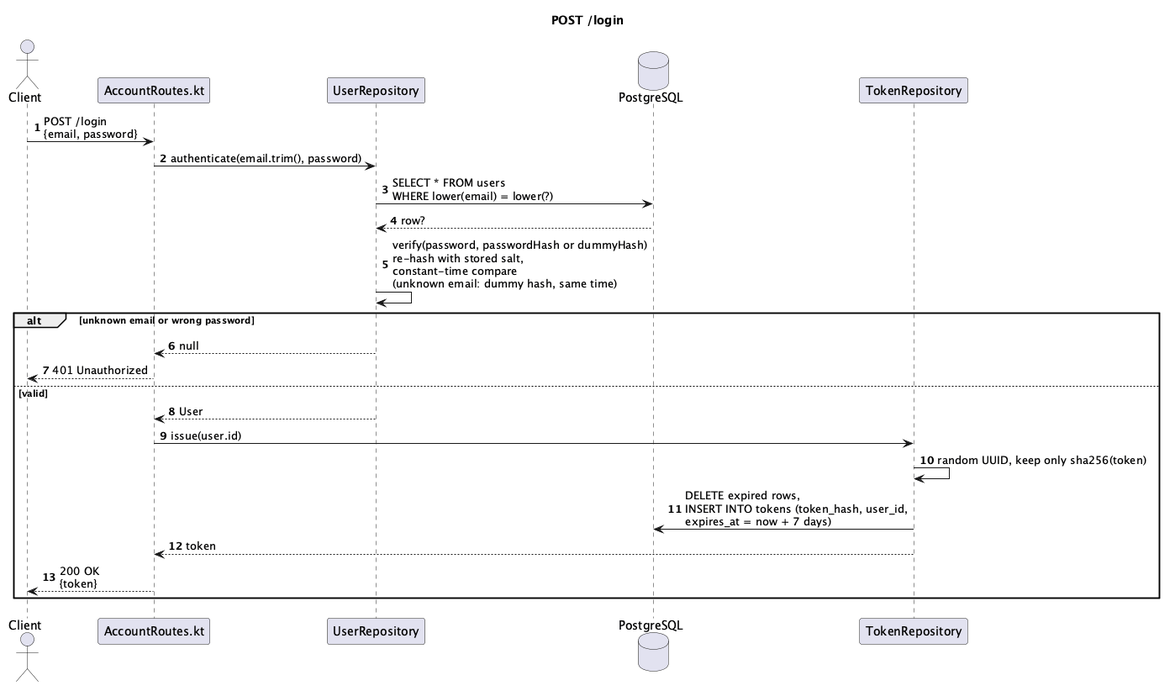
The PlantUML diagram docs/diagrams/sequence-login.png in Rent-a-car-38291/rent-a-car, before a commit.
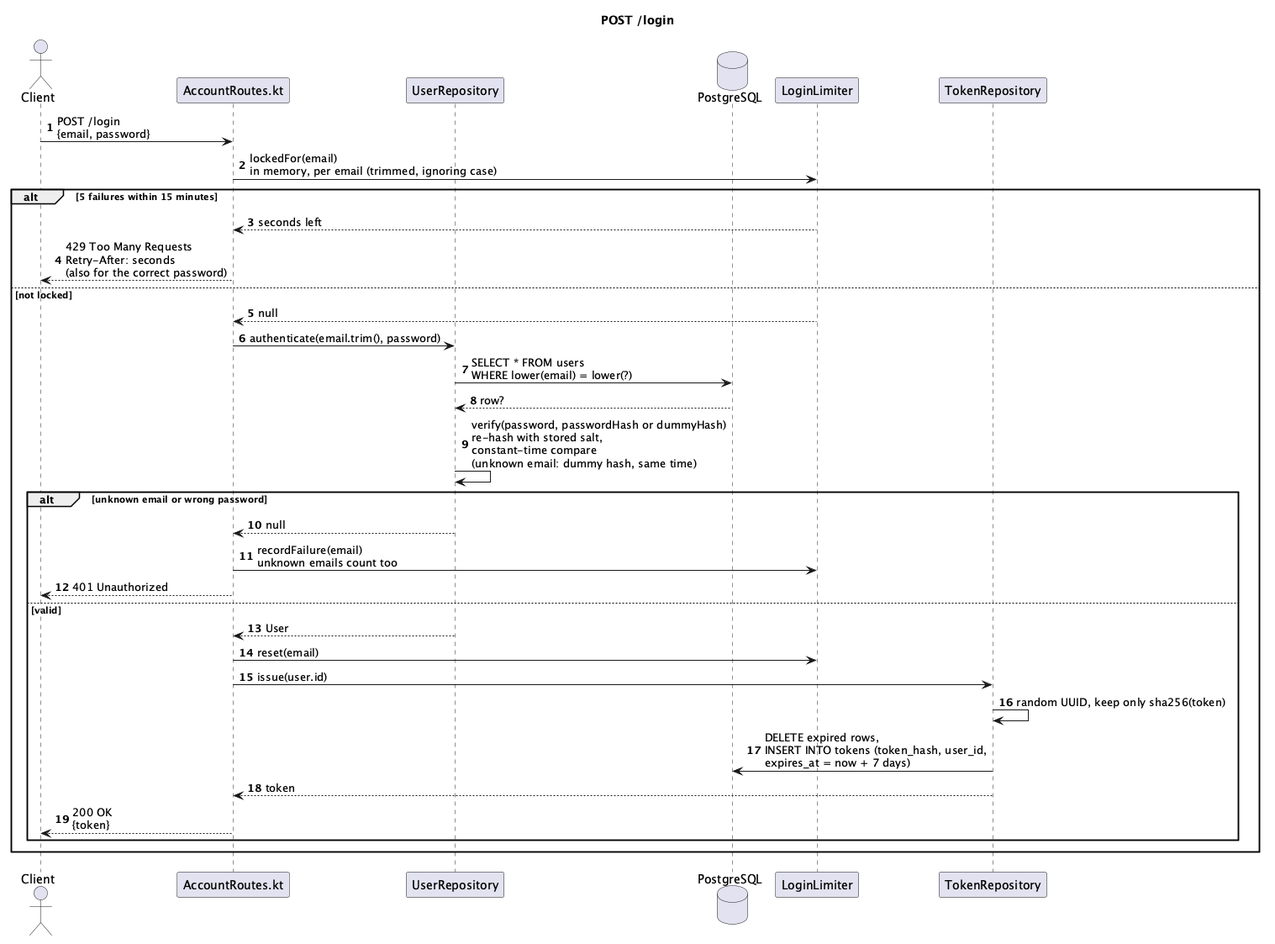
The same diagram one commit later.

Commit message:
Document the login rate limit in the README, OpenAPI and login diagram

What changed in the source:
```diff
@@ -6,9 +6,17 @@
 participant "AccountRoutes.kt" as Route
 participant UserRepository
 database PostgreSQL
+participant LoginLimiter
 participant TokenRepository
 
 Client -> Route : POST /login\n{email, password}
+Route -> LoginLimiter : lockedFor(email)\nin memory, per email (trimmed, ignoring case)
+
+alt 5 failures within 15 minutes
+  LoginLimiter --> Route : seconds left
+  Route --> Client : 429 Too Many Requests\nRetry-After: seconds\n(also for the correct password)
+else not locked
+LoginLimiter --> Route : null
 Route -> UserRepository : authenticate(email.trim(), password)
 UserRepository -> PostgreSQL : SELECT * FROM users\nWHERE lower(email) = lower(?)
 PostgreSQL --> UserRepository : row?
@@ -16,14 +24,17 @@
 
 alt unknown email or wrong password
   UserRepository --> Route : null
+  Route -> LoginLimiter : recordFailure(email)\nunknown emails count too
   Route --> Client : 401 Unauthorized
 else valid
   UserRepository --> Route : User
+  Route -> LoginLimiter : reset(email)
   Route -> TokenRepository : issue(user.id)
   TokenRepository -> TokenRepository : random UUID, keep only sha256(token)
   TokenRepository -> PostgreSQL : DELETE expired rows,\nINSERT INTO tokens (token_hash, user_id,\nexpires_at = now + 7 days)
   TokenRepository --> Route : token
   Route --> Client : 200 OK\n{token}
 end
+end
 
 @enduml
```
